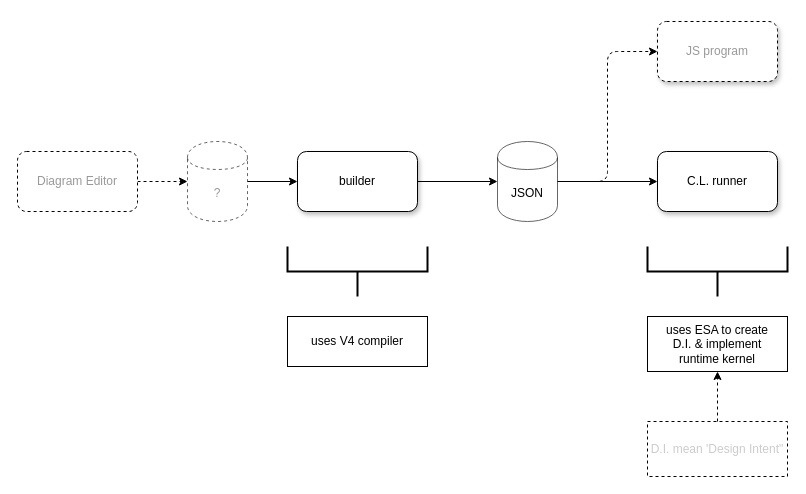
This is page "Top Level" (1 of 12) of project overview.drawio from bmfbp/bmfbp, a draw.io file, before an edit. Source tidied: cells renumbered, new cells numbered last; positions are measured from the earlier drawing's top-left corner, leaving out a move shared by most shapes. Both pictures are drawn from the tidied source at 100%, with x=0, y=0 at pixel (17, 21).
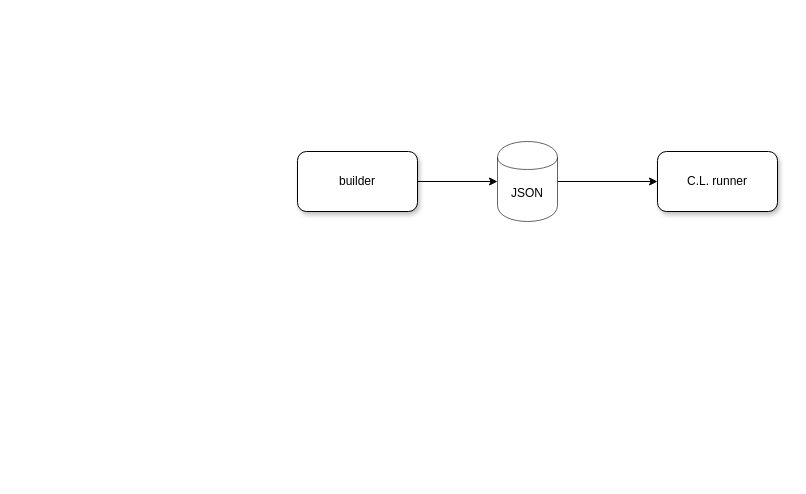
The same diagram, later.

The edit, as a diff of the source:
```diff
@@
 <mxGraphModel>
   <root>
     <mxCell id="0" />
     <mxCell id="1" parent="0" />
     <mxCell id="2" style="edgeStyle=orthogonalEdgeStyle;rounded=1;jettySize=auto;html=1;fontColor=#000000;" parent="1" edge="1" source="3" target="7">
       <mxGeometry relative="1" as="geometry" />
     </mxCell>
     <mxCell id="3" value="builder" style="rounded=1;whiteSpace=wrap;html=1;shadow=1;" parent="1" vertex="1">
       <mxGeometry x="280" y="130" width="120" height="60" as="geometry" />
     </mxCell>
     <mxCell id="4" value="C.L. runner" style="rounded=1;whiteSpace=wrap;html=1;shadow=1;" parent="1" vertex="1">
       <mxGeometry x="640" y="130" width="120" height="60" as="geometry" />
     </mxCell>
-    <mxCell id="5" style="edgeStyle=orthogonalEdgeStyle;rounded=1;jettySize=auto;html=1;fontColor=#000000;" parent="1" edge="1" source="7" target="4">
+    <mxCell id="5" style="edgeStyle=none;rounded=1;jettySize=auto;html=1;exitX=1;exitY=0.5;exitDx=0;exitDy=0;entryX=0;entryY=0.5;entryDx=0;entryDy=0;endArrow=classic;endFill=1;fontColor=#CCCCCC;" parent="1" edge="1" source="7" target="4">
       <mxGeometry relative="1" as="geometry" />
     </mxCell>
-    <mxCell id="6" style="edgeStyle=orthogonalEdgeStyle;rounded=1;jettySize=auto;html=1;entryX=0;entryY=0.5;entryDx=0;entryDy=0;dashed=1;fontColor=#999999;" parent="1" edge="1" source="7" target="18">
-      <mxGeometry relative="1" as="geometry" />
-    </mxCell>
     <mxCell id="7" value="JSON" style="shape=cylinder;whiteSpace=wrap;html=1;boundedLbl=1;backgroundOutline=1;strokeColor=#000000;fontColor=#000000;opacity=60;" parent="1" vertex="1">
       <mxGeometry x="480" y="120" width="60" height="80" as="geometry" />
     </mxCell>
-    <mxCell id="8" style="strokeWidth=2;html=1;shape=mxgraph.flowchart.annotation_2;align=left;labelPosition=right;rotation=-90;" parent="1" vertex="1">
-      <mxGeometry x="315" y="180" width="50" height="140" as="geometry" />
-    </mxCell>
-    <mxCell id="9" value="uses V4 compiler" style="text;html=1;strokeColor=#000000;fillColor=none;align=center;verticalAlign=middle;whiteSpace=wrap;rounded=0;" parent="1" vertex="1">
-      <mxGeometry x="270" y="295" width="140" height="50" as="geometry" />
-    </mxCell>
-    <mxCell id="10" style="strokeWidth=2;html=1;shape=mxgraph.flowchart.annotation_2;align=left;labelPosition=right;rotation=-90;" parent="1" vertex="1">
-      <mxGeometry x="675" y="180" width="50" height="140" as="geometry" />
-    </mxCell>
-    <mxCell id="11" value="uses ESA to create&lt;br&gt;D.I. &amp;amp; implement &lt;br&gt;runtime kernel" style="text;html=1;strokeColor=#000000;fillColor=none;align=center;verticalAlign=middle;whiteSpace=wrap;rounded=0;" parent="1" vertex="1">
-      <mxGeometry x="630" y="295" width="140" height="55" as="geometry" />
-    </mxCell>
-    <mxCell id="12" style="edgeStyle=orthogonalEdgeStyle;rounded=1;jettySize=auto;html=1;fontColor=#999999;dashed=1;" parent="1" edge="1" source="13" target="15">
-      <mxGeometry relative="1" as="geometry" />
-    </mxCell>
-    <mxCell id="13" value="Diagram Editor" style="rounded=1;whiteSpace=wrap;html=1;shadow=0;dashed=1;fontColor=#999999;" parent="1" vertex="1">
-      <mxGeometry y="130" width="120" height="60" as="geometry" />
-    </mxCell>
-    <mxCell id="14" style="edgeStyle=orthogonalEdgeStyle;rounded=1;jettySize=auto;html=1;fontColor=#CCCCCC;" parent="1" edge="1" source="15" target="3">
-      <mxGeometry relative="1" as="geometry" />
-    </mxCell>
-    <mxCell id="15" value="?" style="shape=cylinder;whiteSpace=wrap;html=1;boundedLbl=1;backgroundOutline=1;strokeColor=#000000;fontColor=#999999;opacity=60;dashed=1;" parent="1" vertex="1">
-      <mxGeometry x="170" y="120" width="60" height="80" as="geometry" />
-    </mxCell>
-    <mxCell id="16" style="edgeStyle=orthogonalEdgeStyle;rounded=1;jettySize=auto;html=1;exitX=0.5;exitY=0;exitDx=0;exitDy=0;entryX=0.5;entryY=1;entryDx=0;entryDy=0;dashed=1;fontColor=#CCCCCC;" parent="1" edge="1" source="17" target="11">
-      <mxGeometry relative="1" as="geometry" />
-    </mxCell>
-    <mxCell id="17" value="D.I. mean 'Design Intent&quot;" style="text;html=1;strokeColor=#000000;fillColor=none;align=center;verticalAlign=middle;whiteSpace=wrap;rounded=0;fontColor=#CCCCCC;dashed=1;" parent="1" vertex="1">
-      <mxGeometry x="630" y="400" width="140" height="55" as="geometry" />
-    </mxCell>
-    <mxCell id="18" value="JS program" style="rounded=1;whiteSpace=wrap;html=1;shadow=1;dashed=1;fontColor=#999999;" parent="1" vertex="1">
-      <mxGeometry x="640" width="120" height="60" as="geometry" />
-    </mxCell>
   </root>
 </mxGraphModel>
```
